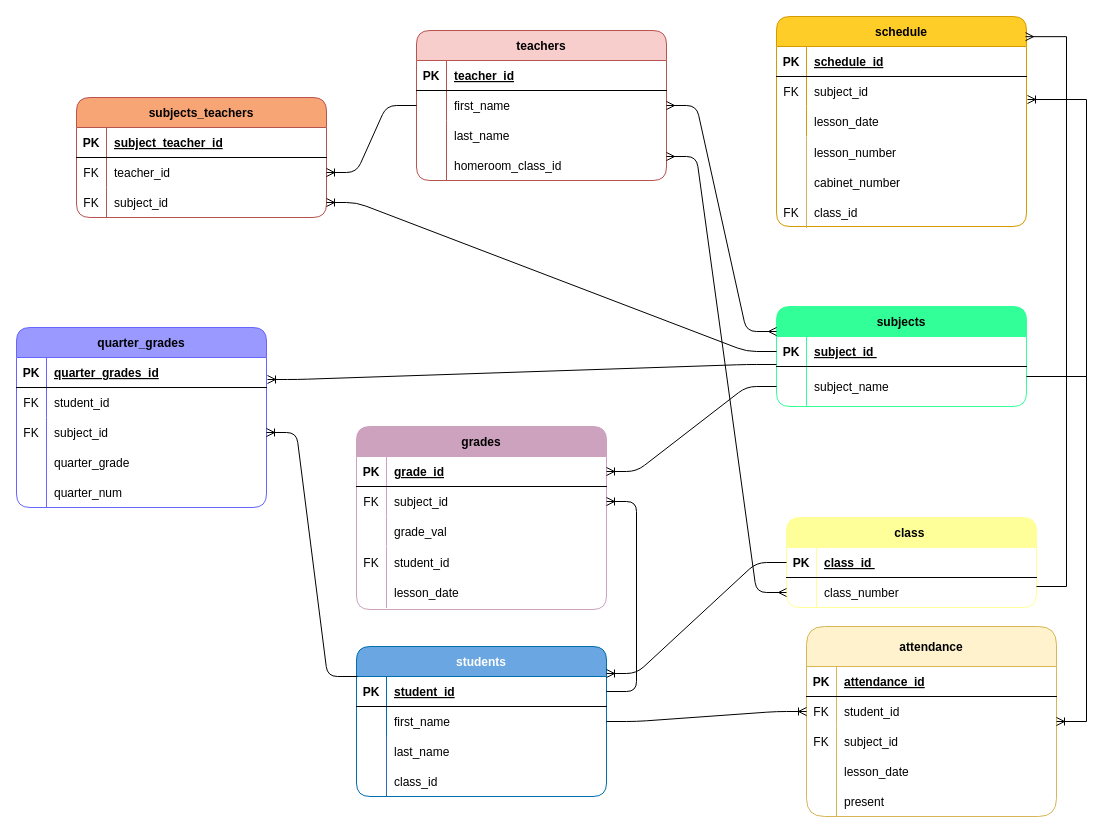
Above: Диаграмма без названия.drawio in Web-destiny/appNotes (draw.io), before the change. Source tidied: cells renumbered, new cells numbered last; positions are measured from the earlier drawing's top-left corner, leaving out a move shared by most shapes. Both pictures are drawn from the tidied source at 100%, with x=0, y=0 at pixel (16, 16).
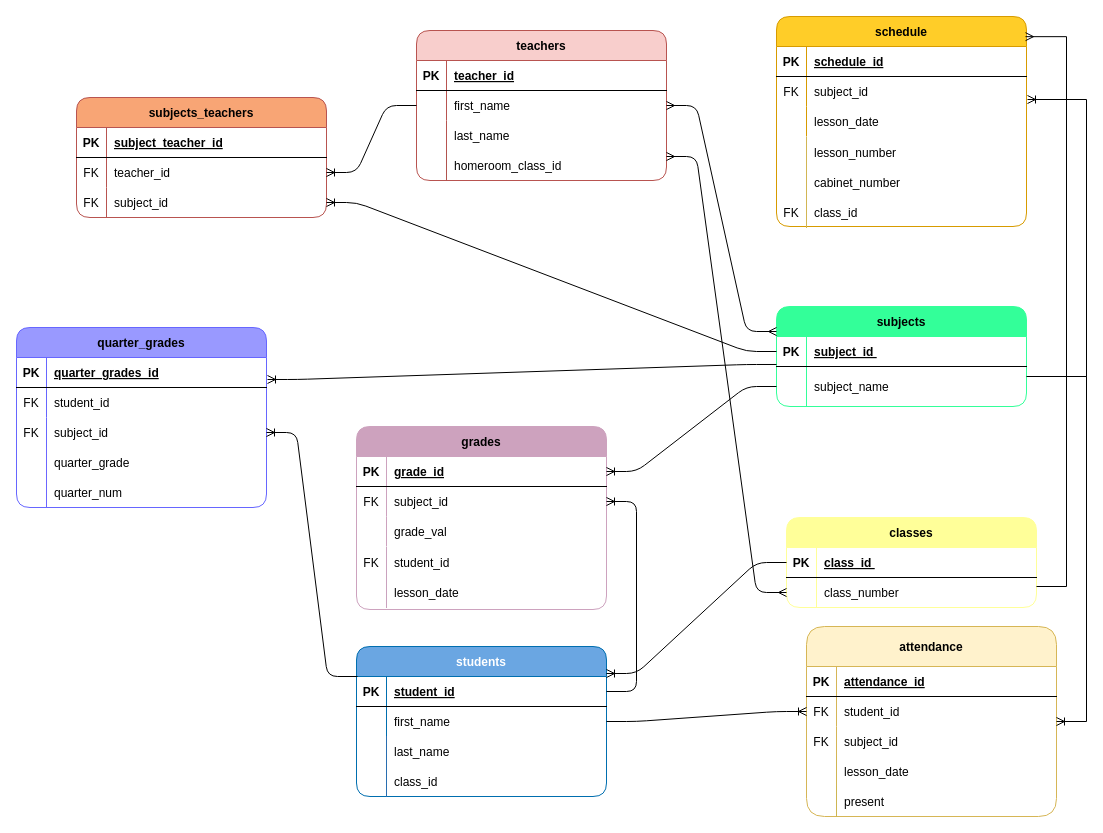
Above is the later version.

The edit, as a diff of the source:
```diff
@@
-    <mxCell id="19" value="class " style="shape=table;startSize=30;childLayout=tableLayout;rowLines=0;fontStyle=1;align=center;fillColor=#FFFF99;strokeColor=#FFFF99;rounded=1;" parent="1" vertex="1">
+    <mxCell id="19" value="classes" style="shape=table;startSize=30;childLayout=tableLayout;rowLines=0;fontStyle=1;align=center;fillColor=#FFFF99;strokeColor=#FFFF99;rounded=1;" parent="1" vertex="1">
       <mxGeometry x="770" y="501" width="250" height="90" as="geometry" />
     </mxCell>
```
